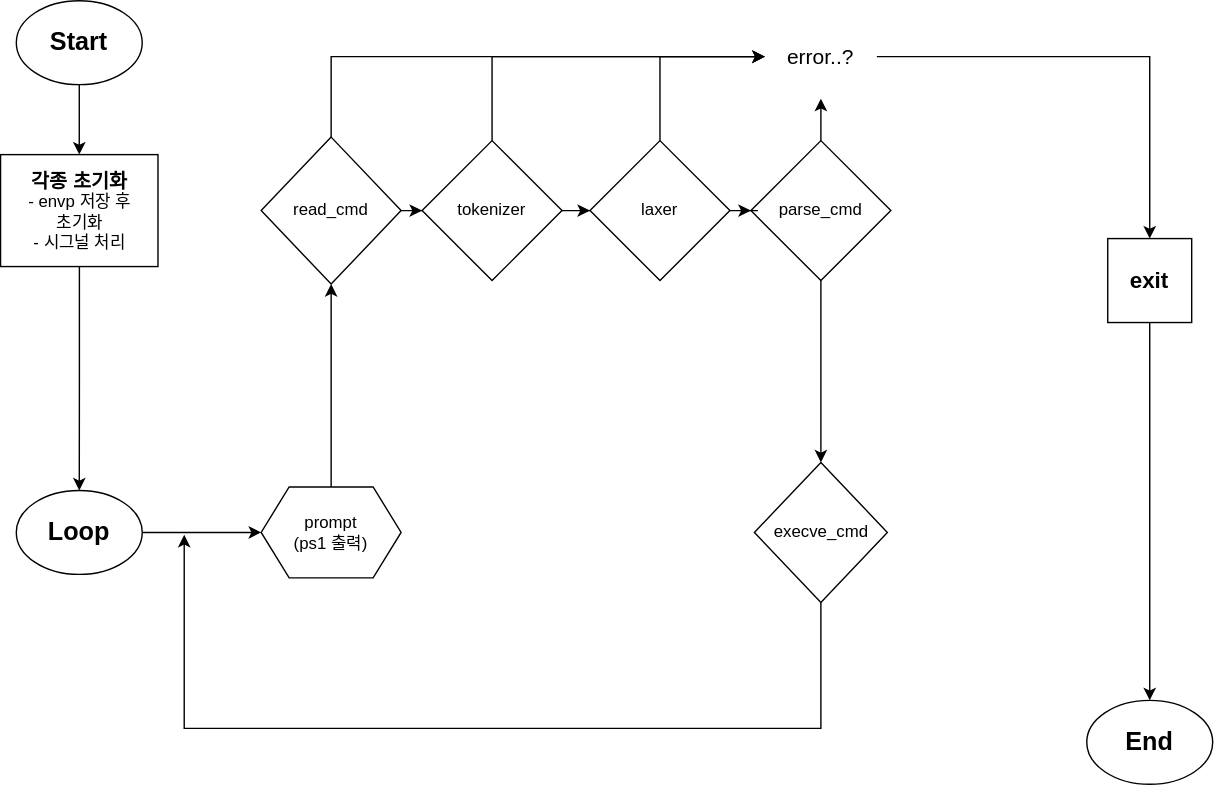
Above: docs/flow_chart.drawio.svg in jyw2671/kimchi-mandoo-shell (draw.io), before the change. Source tidied: cells renumbered, new cells last; positions are measured from the earlier drawing's top-left corner, leaving out a move shared by most shapes.
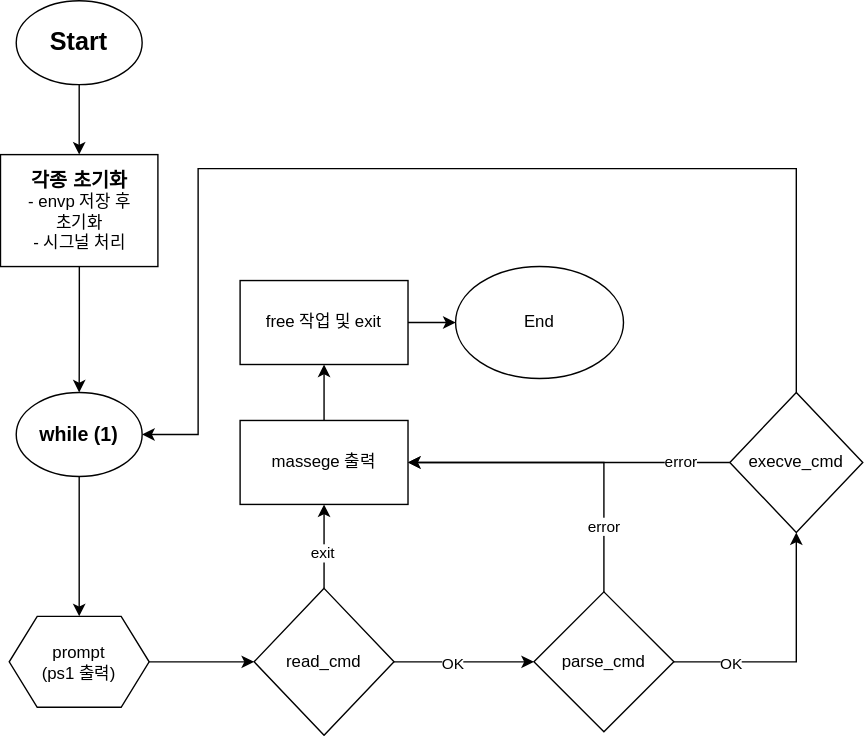
The same diagram one commit later.

What changed in the source:
```diff
@@ -6,100 +6,88 @@
       <mxGeometry relative="1" as="geometry" />
     </mxCell>
     <mxCell id="3" value="&lt;font style=&quot;font-size: 18px&quot;&gt;&lt;b&gt;Start&lt;/b&gt;&lt;/font&gt;" style="ellipse;whiteSpace=wrap;html=1;" parent="1" vertex="1">
-      <mxGeometry x="11" width="90" height="60" as="geometry" />
+      <mxGeometry x="11" y="70" width="90" height="60" as="geometry" />
     </mxCell>
     <mxCell id="4" style="edgeStyle=orthogonalEdgeStyle;rounded=0;jettySize=auto;html=1;" parent="1" edge="1" source="5" target="7">
       <mxGeometry relative="1" as="geometry" />
     </mxCell>
     <mxCell id="5" value="&lt;font&gt;&lt;font style=&quot;font-size: 14px&quot;&gt;&lt;b&gt;각종 초기화&lt;/b&gt;&lt;/font&gt;&lt;br&gt;- envp 저장 후&lt;br&gt;초기화&lt;br&gt;- 시그널 처리&amp;nbsp;&lt;br&gt;&lt;/font&gt;" style="rounded=0;whiteSpace=wrap;html=1;" parent="1" vertex="1">
-      <mxGeometry x="-0.2" y="110" width="112.5" height="80" as="geometry" />
+      <mxGeometry x="-0.2" y="180" width="112.5" height="80" as="geometry" />
     </mxCell>
-    <mxCell id="6" style="edgeStyle=orthogonalEdgeStyle;rounded=0;jettySize=auto;html=1;entryX=0;entryY=0.5;entryDx=0;entryDy=0;" parent="1" edge="1" source="7" target="15">
+    <mxCell id="6" style="edgeStyle=orthogonalEdgeStyle;rounded=0;jettySize=auto;html=1;entryX=0.5;entryY=0;entryDx=0;entryDy=0;" parent="1" edge="1" source="7" target="15">
       <mxGeometry relative="1" as="geometry" />
     </mxCell>
-    <mxCell id="7" value="&lt;font style=&quot;font-size: 18px&quot;&gt;&lt;b&gt;Loop&lt;/b&gt;&lt;/font&gt;" style="ellipse;whiteSpace=wrap;html=1;" parent="1" vertex="1">
+    <mxCell id="7" value="&lt;b&gt;&lt;font style=&quot;font-size: 14px&quot;&gt;while (1)&lt;/font&gt;&lt;/b&gt;" style="ellipse;whiteSpace=wrap;html=1;" parent="1" vertex="1">
       <mxGeometry x="11" y="350" width="90" height="60" as="geometry" />
     </mxCell>
     <mxCell id="8" style="edgeStyle=orthogonalEdgeStyle;rounded=0;jettySize=auto;html=1;" parent="1" edge="1" source="10" target="23">
       <mxGeometry relative="1" as="geometry" />
     </mxCell>
-    <mxCell id="9" style="edgeStyle=orthogonalEdgeStyle;rounded=0;jettySize=auto;html=1;entryX=0;entryY=0.5;entryDx=0;entryDy=0;" parent="1" edge="1" source="10" target="28">
-      <mxGeometry relative="1" as="geometry">
-        <Array as="points">
-          <mxPoint x="236" y="40" />
-        </Array>
-      </mxGeometry>
-    </mxCell>
+    <mxCell id="29" value="OK" style="edgeLabel;html=1;align=center;verticalAlign=middle;" parent="8" vertex="1">
+      <mxGeometry x="-0.19" y="-1" relative="1" as="geometry" />
+    </mxCell>
+    <mxCell id="30" style="edgeStyle=orthogonalEdgeStyle;rounded=0;jettySize=auto;html=1;" parent="1" edge="1" source="10" target="39">
+      <mxGeometry relative="1" as="geometry" />
+    </mxCell>
+    <mxCell id="17" value="exit" style="edgeLabel;html=1;align=center;verticalAlign=middle;points=[];" parent="30" vertex="1">
+      <mxGeometry x="-0.15" y="2" relative="1" as="geometry" />
+    </mxCell>
     <mxCell id="10" value="read_cmd" style="rhombus;whiteSpace=wrap;html=1;" parent="1" vertex="1">
-      <mxGeometry x="186" y="97.5" width="100" height="105" as="geometry" />
+      <mxGeometry x="181" y="490" width="100" height="105" as="geometry" />
     </mxCell>
-    <mxCell id="11" style="edgeStyle=orthogonalEdgeStyle;rounded=0;jettySize=auto;html=1;entryX=0.5;entryY=0;entryDx=0;entryDy=0;" parent="1" edge="1" source="13" target="20">
-      <mxGeometry relative="1" as="geometry" />
-    </mxCell>
-    <mxCell id="12" style="edgeStyle=orthogonalEdgeStyle;rounded=0;jettySize=auto;html=1;exitX=0.5;exitY=0;exitDx=0;exitDy=0;entryX=0.5;entryY=1;entryDx=0;entryDy=0;" parent="1" edge="1" source="13" target="28">
-      <mxGeometry relative="1" as="geometry" />
-    </mxCell>
-    <mxCell id="13" value="parse_cmd" style="rhombus;whiteSpace=wrap;html=1;" parent="1" vertex="1">
-      <mxGeometry x="536" y="100" width="100" height="100" as="geometry" />
-    </mxCell>
-    <mxCell id="14" style="edgeStyle=orthogonalEdgeStyle;rounded=0;jettySize=auto;html=1;entryX=0.5;entryY=1;entryDx=0;entryDy=0;" parent="1" edge="1" source="15" target="10">
+    <mxCell id="14" style="edgeStyle=orthogonalEdgeStyle;rounded=0;jettySize=auto;html=1;entryX=0;entryY=0.5;entryDx=0;entryDy=0;" parent="1" edge="1" source="15" target="10">
       <mxGeometry relative="1" as="geometry" />
     </mxCell>
     <mxCell id="15" value="prompt&lt;br&gt;(ps1 출력)" style="shape=hexagon;perimeter=hexagonPerimeter2;whiteSpace=wrap;html=1;fixedSize=1;" parent="1" vertex="1">
-      <mxGeometry x="186" y="347.5" width="100" height="65" as="geometry" />
+      <mxGeometry x="6" y="510" width="100" height="65" as="geometry" />
     </mxCell>
-    <mxCell id="16" style="edgeStyle=orthogonalEdgeStyle;rounded=0;jettySize=auto;html=1;entryX=0.5;entryY=0;entryDx=0;entryDy=0;" parent="1" edge="1" source="17" target="18">
-      <mxGeometry relative="1" as="geometry" />
-    </mxCell>
-    <mxCell id="17" value="&lt;font style=&quot;font-size: 16px&quot;&gt;&lt;b&gt;exit&lt;br&gt;&lt;/b&gt;&lt;/font&gt;" style="whiteSpace=wrap;html=1;" parent="1" vertex="1">
-      <mxGeometry x="791" y="170" width="60" height="60" as="geometry" />
-    </mxCell>
+    <mxCell id="31" style="edgeStyle=orthogonalEdgeStyle;rounded=0;jettySize=auto;html=1;entryX=1;entryY=0.5;entryDx=0;entryDy=0;" parent="1" edge="1" source="20" target="39">
+      <mxGeometry relative="1" as="geometry" />
+    </mxCell>
+    <mxCell id="32" value="error" style="edgeLabel;html=1;align=center;verticalAlign=middle;" parent="31" vertex="1">
+      <mxGeometry x="-0.68" y="-1" relative="1" as="geometry" />
+    </mxCell>
+    <mxCell id="33" style="edgeStyle=orthogonalEdgeStyle;rounded=0;jettySize=auto;html=1;entryX=1;entryY=0.5;entryDx=0;entryDy=0;exitX=0.5;exitY=0;exitDx=0;exitDy=0;" parent="1" edge="1" source="20" target="7">
+      <mxGeometry relative="1" as="geometry">
+        <Array as="points">
+          <mxPoint x="569" y="190" />
+          <mxPoint x="141" y="190" />
+          <mxPoint x="141" y="380" />
+        </Array>
+      </mxGeometry>
+    </mxCell>
+    <mxCell id="20" value="execve_cmd" style="rhombus;whiteSpace=wrap;html=1;" parent="1" vertex="1">
+      <mxGeometry x="521" y="350" width="95" height="100" as="geometry" />
+    </mxCell>
+    <mxCell id="34" style="edgeStyle=orthogonalEdgeStyle;rounded=0;jettySize=auto;html=1;entryX=0.5;entryY=1;entryDx=0;entryDy=0;" parent="1" edge="1" source="23" target="20">
+      <mxGeometry relative="1" as="geometry" />
+    </mxCell>
+    <mxCell id="35" value="OK" style="edgeLabel;html=1;align=center;verticalAlign=middle;" parent="34" vertex="1">
+      <mxGeometry x="-0.56" y="-1" relative="1" as="geometry" />
+    </mxCell>
+    <mxCell id="36" style="edgeStyle=orthogonalEdgeStyle;rounded=0;jettySize=auto;html=1;entryX=1;entryY=0.5;entryDx=0;entryDy=0;exitX=0.5;exitY=0;exitDx=0;exitDy=0;" parent="1" edge="1" source="23" target="39">
+      <mxGeometry relative="1" as="geometry" />
+    </mxCell>
+    <mxCell id="37" value="error" style="edgeLabel;html=1;align=center;verticalAlign=middle;" parent="36" vertex="1">
+      <mxGeometry x="-0.59" y="1" relative="1" as="geometry" />
+    </mxCell>
+    <mxCell id="23" value="parse_cmd" style="rhombus;whiteSpace=wrap;html=1;" parent="1" vertex="1">
+      <mxGeometry x="381" y="492.5" width="100" height="100" as="geometry" />
+    </mxCell>
+    <mxCell id="38" style="edgeStyle=orthogonalEdgeStyle;rounded=0;jettySize=auto;html=1;" parent="1" edge="1" source="39" target="41">
+      <mxGeometry relative="1" as="geometry" />
+    </mxCell>
+    <mxCell id="39" value="massege 출력" style="whiteSpace=wrap;html=1;" parent="1" vertex="1">
+      <mxGeometry x="171" y="370" width="120" height="60" as="geometry" />
+    </mxCell>
+    <mxCell id="40" style="edgeStyle=orthogonalEdgeStyle;rounded=0;jettySize=auto;html=1;" parent="1" edge="1" source="41" target="18">
+      <mxGeometry relative="1" as="geometry" />
+    </mxCell>
+    <mxCell id="41" value="free 작업 및 exit" style="whiteSpace=wrap;html=1;" parent="1" vertex="1">
+      <mxGeometry x="171" y="270" width="120" height="60" as="geometry" />
+    </mxCell>
-    <mxCell id="18" value="&lt;span style=&quot;font-size: 18px&quot;&gt;&lt;b&gt;End&lt;/b&gt;&lt;/span&gt;" style="ellipse;whiteSpace=wrap;html=1;" parent="1" vertex="1">
-      <mxGeometry x="776" y="500" width="90" height="60" as="geometry" />
+    <mxCell id="18" value="End" style="ellipse;whiteSpace=wrap;html=1;" parent="1" vertex="1">
+      <mxGeometry x="325" y="260" width="120" height="80" as="geometry" />
     </mxCell>
-    <mxCell id="19" style="edgeStyle=orthogonalEdgeStyle;rounded=0;jettySize=auto;html=1;" parent="1" edge="1" source="20">
-      <mxGeometry relative="1" as="geometry">
-        <mxPoint x="131" y="381.7" as="targetPoint" />
-        <Array as="points">
-          <mxPoint x="586" y="520" />
-          <mxPoint x="131" y="520" />
-        </Array>
-      </mxGeometry>
-    </mxCell>
-    <mxCell id="20" value="execve_cmd" style="rhombus;whiteSpace=wrap;html=1;" parent="1" vertex="1">
-      <mxGeometry x="538.5" y="330" width="95" height="100" as="geometry" />
-    </mxCell>
-    <mxCell id="21" style="edgeStyle=orthogonalEdgeStyle;rounded=0;jettySize=auto;html=1;" parent="1" edge="1" source="23" target="26">
-      <mxGeometry relative="1" as="geometry" />
-    </mxCell>
-    <mxCell id="22" style="edgeStyle=orthogonalEdgeStyle;rounded=0;jettySize=auto;html=1;entryX=0;entryY=0.5;entryDx=0;entryDy=0;" parent="1" edge="1" source="23" target="28">
-      <mxGeometry relative="1" as="geometry">
-        <Array as="points">
-          <mxPoint x="351" y="40" />
-        </Array>
-      </mxGeometry>
-    </mxCell>
-    <mxCell id="23" value="tokenizer" style="rhombus;whiteSpace=wrap;html=1;" parent="1" vertex="1">
-      <mxGeometry x="301" y="100" width="100" height="100" as="geometry" />
-    </mxCell>
-    <mxCell id="24" style="edgeStyle=orthogonalEdgeStyle;rounded=0;jettySize=auto;html=1;" parent="1" edge="1" source="26" target="13">
-      <mxGeometry relative="1" as="geometry" />
-    </mxCell>
-    <mxCell id="25" style="edgeStyle=orthogonalEdgeStyle;rounded=0;jettySize=auto;html=1;entryX=0;entryY=0.5;entryDx=0;entryDy=0;" parent="1" edge="1" source="26" target="28">
-      <mxGeometry relative="1" as="geometry">
-        <Array as="points">
-          <mxPoint x="471" y="40" />
-        </Array>
-      </mxGeometry>
-    </mxCell>
-    <mxCell id="26" value="laxer" style="rhombus;whiteSpace=wrap;html=1;" parent="1" vertex="1">
-      <mxGeometry x="421" y="100" width="100" height="100" as="geometry" />
-    </mxCell>
-    <mxCell id="27" style="edgeStyle=orthogonalEdgeStyle;rounded=0;jettySize=auto;html=1;entryX=0.5;entryY=0;entryDx=0;entryDy=0;" parent="1" edge="1" source="28" target="17">
-      <mxGeometry relative="1" as="geometry" />
-    </mxCell>
-    <mxCell id="28" value="&lt;font style=&quot;font-size: 15px&quot;&gt;error..?&lt;/font&gt;" style="text;html=1;strokeColor=none;fillColor=none;align=center;verticalAlign=middle;whiteSpace=wrap;rounded=0;" parent="1" vertex="1">
-      <mxGeometry x="546" y="10" width="80" height="60" as="geometry" />
-    </mxCell>
   </root>
 </mxGraphModel>
```
